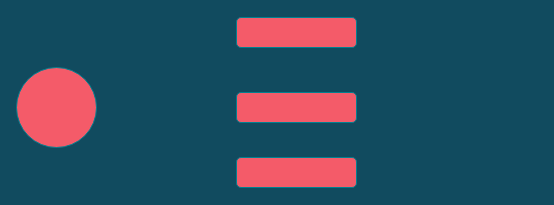
Above: 10_years_Freedom of wealth.drawio in cicelprg/drawio (draw.io), before the change. Source tidied: cells renumbered, new cells numbered last; positions are measured from the earlier drawing's top-left corner, leaving out a move shared by most shapes. Both pictures are drawn from the tidied source at 100%, with x=0, y=0 at pixel (16, 17).
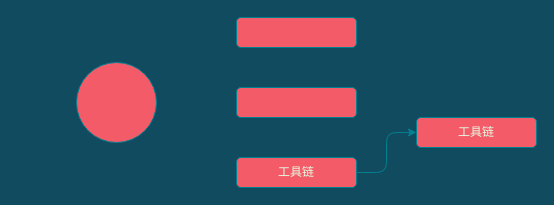
The same diagram, later.

The edit, as a diff of the source:
```diff
@@
 <mxGraphModel background="#114B5F">
   <root>
     <mxCell id="0" />
     <mxCell id="1" parent="0" />
     <mxCell id="2" style="ellipse;whiteSpace=wrap;html=1;rounded=0;sketch=0;strokeColor=#028090;fillColor=#F45B69;fontColor=#E4FDE1;" parent="1" vertex="1">
-      <mxGeometry y="50" width="80" height="80" as="geometry" />
+      <mxGeometry x="60" y="45" width="80" height="80" as="geometry" />
     </mxCell>
     <mxCell id="3" style="rounded=1;whiteSpace=wrap;html=1;sketch=0;strokeColor=#028090;fillColor=#F45B69;fontColor=#E4FDE1;" parent="1" vertex="1">
       <mxGeometry x="220" width="120" height="30" as="geometry" />
     </mxCell>
     <mxCell id="4" style="rounded=1;whiteSpace=wrap;html=1;sketch=0;strokeColor=#028090;fillColor=#F45B69;fontColor=#E4FDE1;" parent="1" vertex="1">
-      <mxGeometry x="220" y="75" width="120" height="30" as="geometry" />
+      <mxGeometry x="220" y="70" width="120" height="30" as="geometry" />
     </mxCell>
+    <mxCell id="6" style="edgeStyle=orthogonalEdgeStyle;curved=0;rounded=1;sketch=0;jettySize=auto;html=1;exitX=1;exitY=0.5;exitDx=0;exitDy=0;entryX=0;entryY=0.5;entryDx=0;entryDy=0;strokeColor=#028090;fillColor=#F45B69;fontColor=#E4FDE1;" parent="1" edge="1" source="5" target="7">
+      <mxGeometry relative="1" as="geometry" />
+    </mxCell>
-    <mxCell id="5" style="rounded=1;whiteSpace=wrap;html=1;sketch=0;strokeColor=#028090;fillColor=#F45B69;fontColor=#E4FDE1;" parent="1" vertex="1">
+    <mxCell id="5" value="工具链" style="rounded=1;whiteSpace=wrap;html=1;sketch=0;strokeColor=#028090;fillColor=#F45B69;fontColor=#E4FDE1;" parent="1" vertex="1">
       <mxGeometry x="220" y="140" width="120" height="30" as="geometry" />
     </mxCell>
+    <mxCell id="7" value="工具链" style="rounded=1;whiteSpace=wrap;html=1;sketch=0;strokeColor=#028090;fillColor=#F45B69;fontColor=#E4FDE1;" parent="1" vertex="1">
+      <mxGeometry x="400" y="100" width="120" height="30" as="geometry" />
+    </mxCell>
   </root>
 </mxGraphModel>
```
